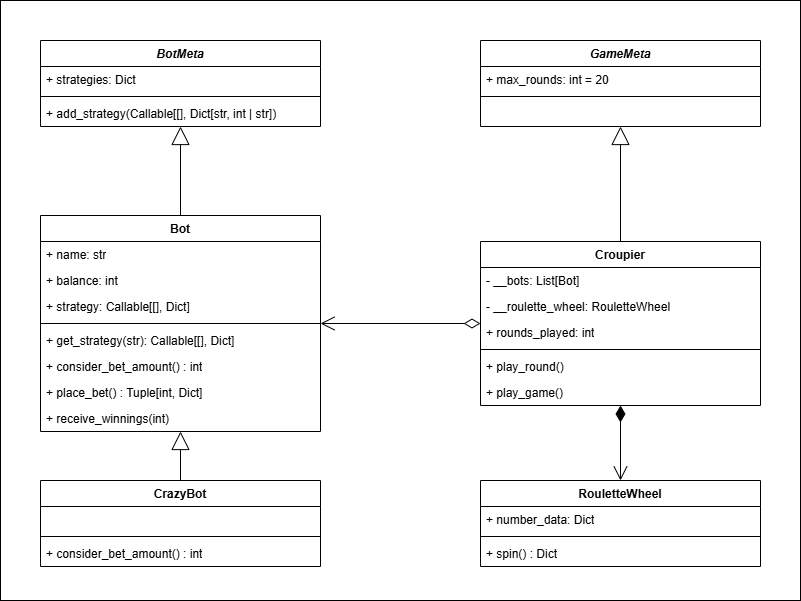
Above: project/game/docs/UML.drawio.png in GigaKekes/spbu-python-course (draw.io), before the change. Source tidied: cells renumbered, new cells last; positions are measured from the earlier drawing's top-left corner, leaving out a move shared by most shapes. Its diagram source:
```xml
<mxGraphModel>
  <root>
    <mxCell id="0" />
    <mxCell id="1" parent="0" />
    <mxCell id="2" style="rounded=0;whiteSpace=wrap;html=1;imageAspect=1;" parent="1" vertex="1">
      <mxGeometry width="800" height="600" as="geometry" />
    </mxCell>
    <mxCell id="3" value="Bot" style="swimlane;fontStyle=1;align=center;verticalAlign=top;horizontal=1;startSize=26;whiteSpace=wrap;html=1;" parent="1" vertex="1">
      <mxGeometry x="40" y="215" width="280" height="216" as="geometry" />
    </mxCell>
    <mxCell id="4" value="+ name: str" style="text;strokeColor=none;fillColor=none;align=left;verticalAlign=top;spacingLeft=4;spacingRight=4;overflow=hidden;whiteSpace=wrap;html=1;" parent="3" vertex="1">
      <mxGeometry y="26" width="280" height="26" as="geometry" />
    </mxCell>
    <mxCell id="5" value="+ balance: int" style="text;strokeColor=none;fillColor=none;align=left;verticalAlign=top;spacingLeft=4;spacingRight=4;overflow=hidden;whiteSpace=wrap;html=1;" parent="3" vertex="1">
      <mxGeometry y="52" width="280" height="26" as="geometry" />
    </mxCell>
    <mxCell id="6" value="+ strategy:&amp;nbsp;Callable[[], Dict]" style="text;strokeColor=none;fillColor=none;align=left;verticalAlign=top;spacingLeft=4;spacingRight=4;overflow=hidden;whiteSpace=wrap;html=1;" parent="3" vertex="1">
      <mxGeometry y="78" width="280" height="26" as="geometry" />
    </mxCell>
    <mxCell id="7" style="line;strokeWidth=1;fillColor=none;align=left;verticalAlign=middle;spacingTop=-1;spacingLeft=3;spacingRight=3;labelPosition=right;strokeColor=inherit;" parent="3" vertex="1">
      <mxGeometry y="104" width="280" height="8" as="geometry" />
    </mxCell>
    <mxCell id="8" value="+ get_strategy(str): Callable[[], Dict&lt;span style=&quot;background-color: initial;&quot;&gt;]&lt;/span&gt;" style="text;strokeColor=none;fillColor=none;align=left;verticalAlign=top;spacingLeft=4;spacingRight=4;overflow=hidden;whiteSpace=wrap;html=1;" parent="3" vertex="1">
      <mxGeometry y="112" width="280" height="26" as="geometry" />
    </mxCell>
    <mxCell id="9" value="+ consider_bet_amount() : int" style="text;strokeColor=none;fillColor=none;align=left;verticalAlign=top;spacingLeft=4;spacingRight=4;overflow=hidden;whiteSpace=wrap;html=1;" parent="3" vertex="1">
      <mxGeometry y="138" width="280" height="26" as="geometry" />
    </mxCell>
    <mxCell id="10" value="+ place_bet() : Tuple[int, Dict]" style="text;strokeColor=none;fillColor=none;align=left;verticalAlign=top;spacingLeft=4;spacingRight=4;overflow=hidden;whiteSpace=wrap;html=1;" parent="3" vertex="1">
      <mxGeometry y="164" width="280" height="26" as="geometry" />
    </mxCell>
    <mxCell id="11" value="+ receive_winnings(int)&amp;nbsp;" style="text;strokeColor=none;fillColor=none;align=left;verticalAlign=top;spacingLeft=4;spacingRight=4;overflow=hidden;whiteSpace=wrap;html=1;" parent="3" vertex="1">
      <mxGeometry y="190" width="280" height="26" as="geometry" />
    </mxCell>
    <mxCell id="12" value="&lt;i&gt;BotMeta&lt;/i&gt;" style="swimlane;fontStyle=1;align=center;verticalAlign=top;horizontal=1;startSize=26;whiteSpace=wrap;html=1;" parent="1" vertex="1">
      <mxGeometry x="40" y="40" width="280" height="86" as="geometry" />
    </mxCell>
    <mxCell id="13" value="+ strategies: Dict" style="text;strokeColor=none;fillColor=none;align=left;verticalAlign=top;spacingLeft=4;spacingRight=4;overflow=hidden;whiteSpace=wrap;html=1;" parent="12" vertex="1">
      <mxGeometry y="26" width="280" height="26" as="geometry" />
    </mxCell>
    <mxCell id="14" style="line;strokeWidth=1;fillColor=none;align=left;verticalAlign=middle;spacingTop=-1;spacingLeft=3;spacingRight=3;labelPosition=right;strokeColor=inherit;" parent="12" vertex="1">
      <mxGeometry y="52" width="280" height="8" as="geometry" />
    </mxCell>
    <mxCell id="15" value="+ add_strategy(Callable[[], Dict[str, int | str])" style="text;strokeColor=none;fillColor=none;align=left;verticalAlign=top;spacingLeft=4;spacingRight=4;overflow=hidden;whiteSpace=wrap;html=1;" parent="12" vertex="1">
      <mxGeometry y="60" width="280" height="26" as="geometry" />
    </mxCell>
    <mxCell id="16" style="endArrow=block;endSize=16;endFill=0;html=1;rounded=0;exitX=0.5;exitY=0;exitDx=0;exitDy=0;" parent="1" edge="1" source="3" target="12">
      <mxGeometry relative="1" as="geometry" />
    </mxCell>
    <mxCell id="17" value="CrazyBot" style="swimlane;fontStyle=1;align=center;verticalAlign=top;horizontal=1;startSize=26;whiteSpace=wrap;html=1;" parent="1" vertex="1">
      <mxGeometry x="40" y="480" width="280" height="86" as="geometry" />
    </mxCell>
    <mxCell id="18" value="&amp;nbsp;" style="text;strokeColor=none;fillColor=none;align=left;verticalAlign=top;spacingLeft=4;spacingRight=4;overflow=hidden;whiteSpace=wrap;html=1;" parent="17" vertex="1">
      <mxGeometry y="26" width="280" height="26" as="geometry" />
    </mxCell>
    <mxCell id="19" style="line;strokeWidth=1;fillColor=none;align=left;verticalAlign=middle;spacingTop=-1;spacingLeft=3;spacingRight=3;labelPosition=right;strokeColor=inherit;" parent="17" vertex="1">
      <mxGeometry y="52" width="280" height="8" as="geometry" />
    </mxCell>
    <mxCell id="20" value="+ consider_bet_amount() : int" style="text;strokeColor=none;fillColor=none;align=left;verticalAlign=top;spacingLeft=4;spacingRight=4;overflow=hidden;whiteSpace=wrap;html=1;" parent="17" vertex="1">
      <mxGeometry y="60" width="280" height="26" as="geometry" />
    </mxCell>
    <mxCell id="21" style="endArrow=block;endSize=16;endFill=0;html=1;rounded=0;" parent="1" edge="1" source="17" target="3">
      <mxGeometry relative="1" as="geometry" />
    </mxCell>
    <mxCell id="22" value="RouletteWheel" style="swimlane;fontStyle=1;align=center;verticalAlign=top;horizontal=1;startSize=26;whiteSpace=wrap;html=1;" parent="1" vertex="1">
      <mxGeometry x="480" y="480" width="280" height="86" as="geometry" />
    </mxCell>
    <mxCell id="23" value="+&amp;nbsp;number_data: Dict" style="text;strokeColor=none;fillColor=none;align=left;verticalAlign=top;spacingLeft=4;spacingRight=4;overflow=hidden;whiteSpace=wrap;html=1;" parent="22" vertex="1">
      <mxGeometry y="26" width="280" height="26" as="geometry" />
    </mxCell>
    <mxCell id="24" style="line;strokeWidth=1;fillColor=none;align=left;verticalAlign=middle;spacingTop=-1;spacingLeft=3;spacingRight=3;labelPosition=right;strokeColor=inherit;" parent="22" vertex="1">
      <mxGeometry y="52" width="280" height="8" as="geometry" />
    </mxCell>
    <mxCell id="25" value="+ spin() : Dict" style="text;strokeColor=none;fillColor=none;align=left;verticalAlign=top;spacingLeft=4;spacingRight=4;overflow=hidden;whiteSpace=wrap;html=1;" parent="22" vertex="1">
      <mxGeometry y="60" width="280" height="26" as="geometry" />
    </mxCell>
    <mxCell id="26" value="Croupier" style="swimlane;fontStyle=1;align=center;verticalAlign=top;horizontal=1;startSize=26;whiteSpace=wrap;html=1;" parent="1" vertex="1">
      <mxGeometry x="480" y="241" width="280" height="164" as="geometry" />
    </mxCell>
    <mxCell id="27" value="- __bots: List[Bot]" style="text;strokeColor=none;fillColor=none;align=left;verticalAlign=top;spacingLeft=4;spacingRight=4;overflow=hidden;whiteSpace=wrap;html=1;" parent="26" vertex="1">
      <mxGeometry y="26" width="280" height="26" as="geometry" />
    </mxCell>
    <mxCell id="28" value="- __roulette_wheel: RouletteWheel" style="text;strokeColor=none;fillColor=none;align=left;verticalAlign=top;spacingLeft=4;spacingRight=4;overflow=hidden;whiteSpace=wrap;html=1;" parent="26" vertex="1">
      <mxGeometry y="52" width="280" height="26" as="geometry" />
    </mxCell>
    <mxCell id="29" value="+ rounds_played: int" style="text;strokeColor=none;fillColor=none;align=left;verticalAlign=top;spacingLeft=4;spacingRight=4;overflow=hidden;whiteSpace=wrap;html=1;" parent="26" vertex="1">
      <mxGeometry y="78" width="280" height="26" as="geometry" />
    </mxCell>
    <mxCell id="30" style="line;strokeWidth=1;fillColor=none;align=left;verticalAlign=middle;spacingTop=-1;spacingLeft=3;spacingRight=3;labelPosition=right;strokeColor=inherit;" parent="26" vertex="1">
      <mxGeometry y="104" width="280" height="8" as="geometry" />
    </mxCell>
    <mxCell id="31" value="+ play_round()" style="text;strokeColor=none;fillColor=none;align=left;verticalAlign=top;spacingLeft=4;spacingRight=4;overflow=hidden;whiteSpace=wrap;html=1;" parent="26" vertex="1">
      <mxGeometry y="112" width="280" height="26" as="geometry" />
    </mxCell>
    <mxCell id="32" value="+ play_game()" style="text;strokeColor=none;fillColor=none;align=left;verticalAlign=top;spacingLeft=4;spacingRight=4;overflow=hidden;whiteSpace=wrap;html=1;" parent="26" vertex="1">
      <mxGeometry y="138" width="280" height="26" as="geometry" />
    </mxCell>
    <mxCell id="33" style="endArrow=open;html=1;endSize=12;startArrow=diamondThin;startSize=14;startFill=1;edgeStyle=orthogonalEdgeStyle;align=left;verticalAlign=bottom;rounded=0;entryX=0.5;entryY=0;entryDx=0;entryDy=0;" parent="1" edge="1" source="26" target="22">
      <mxGeometry x="-1" y="3" relative="1" as="geometry" />
    </mxCell>
    <mxCell id="34" style="endArrow=open;html=1;endSize=12;startArrow=diamondThin;startSize=14;startFill=0;edgeStyle=orthogonalEdgeStyle;align=left;verticalAlign=bottom;rounded=0;" parent="1" edge="1" source="26" target="3">
      <mxGeometry x="-1" y="3" relative="1" as="geometry" />
    </mxCell>
    <mxCell id="35" value="&lt;i&gt;GameMeta&lt;/i&gt;" style="swimlane;fontStyle=1;align=center;verticalAlign=top;horizontal=1;startSize=26;whiteSpace=wrap;html=1;" parent="1" vertex="1">
      <mxGeometry x="480" y="40" width="280" height="86" as="geometry" />
    </mxCell>
    <mxCell id="36" value="+ max_rounds: int = 20" style="text;strokeColor=none;fillColor=none;align=left;verticalAlign=top;spacingLeft=4;spacingRight=4;overflow=hidden;whiteSpace=wrap;html=1;" parent="35" vertex="1">
      <mxGeometry y="26" width="280" height="26" as="geometry" />
    </mxCell>
    <mxCell id="37" style="line;strokeWidth=1;fillColor=none;align=left;verticalAlign=middle;spacingTop=-1;spacingLeft=3;spacingRight=3;labelPosition=right;strokeColor=inherit;" parent="35" vertex="1">
      <mxGeometry y="52" width="280" height="8" as="geometry" />
    </mxCell>
    <mxCell id="38" value="&amp;nbsp;" style="text;strokeColor=none;fillColor=none;align=left;verticalAlign=top;spacingLeft=4;spacingRight=4;overflow=hidden;whiteSpace=wrap;html=1;" parent="35" vertex="1">
      <mxGeometry y="60" width="280" height="26" as="geometry" />
    </mxCell>
    <mxCell id="39" style="endArrow=block;endSize=16;endFill=0;html=1;rounded=0;" parent="1" edge="1" source="26" target="35">
      <mxGeometry relative="1" as="geometry" />
    </mxCell>
  </root>
</mxGraphModel>
```
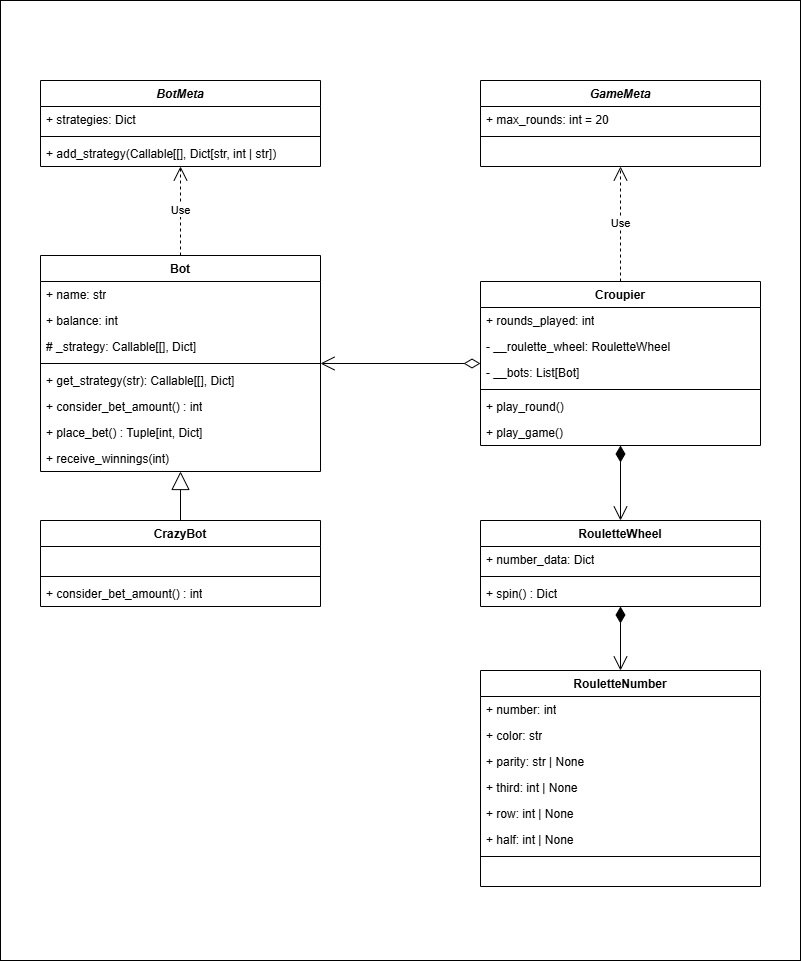
The same file after the commit.

Diff of the diagram source:
```diff
@@ -3,7 +3,7 @@
     <mxCell id="0" />
     <mxCell id="1" parent="0" />
     <mxCell id="2" style="rounded=0;whiteSpace=wrap;html=1;imageAspect=1;" parent="1" vertex="1">
-      <mxGeometry width="800" height="600" as="geometry" />
+      <mxGeometry y="-40" width="800" height="960" as="geometry" />
     </mxCell>
     <mxCell id="3" value="Bot" style="swimlane;fontStyle=1;align=center;verticalAlign=top;horizontal=1;startSize=26;whiteSpace=wrap;html=1;" parent="1" vertex="1">
       <mxGeometry x="40" y="215" width="280" height="216" as="geometry" />
@@ -14,7 +14,7 @@
     <mxCell id="5" value="+ balance: int" style="text;strokeColor=none;fillColor=none;align=left;verticalAlign=top;spacingLeft=4;spacingRight=4;overflow=hidden;whiteSpace=wrap;html=1;" parent="3" vertex="1">
       <mxGeometry y="52" width="280" height="26" as="geometry" />
     </mxCell>
-    <mxCell id="6" value="+ strategy:&amp;nbsp;Callable[[], Dict]" style="text;strokeColor=none;fillColor=none;align=left;verticalAlign=top;spacingLeft=4;spacingRight=4;overflow=hidden;whiteSpace=wrap;html=1;" parent="3" vertex="1">
+    <mxCell id="6" value="# _strategy:&amp;nbsp;Callable[[], Dict]" style="text;strokeColor=none;fillColor=none;align=left;verticalAlign=top;spacingLeft=4;spacingRight=4;overflow=hidden;whiteSpace=wrap;html=1;" parent="3" vertex="1">
       <mxGeometry y="78" width="280" height="26" as="geometry" />
     </mxCell>
     <mxCell id="7" style="line;strokeWidth=1;fillColor=none;align=left;verticalAlign=middle;spacingTop=-1;spacingLeft=3;spacingRight=3;labelPosition=right;strokeColor=inherit;" parent="3" vertex="1">
@@ -44,9 +44,6 @@
     <mxCell id="15" value="+ add_strategy(Callable[[], Dict[str, int | str])" style="text;strokeColor=none;fillColor=none;align=left;verticalAlign=top;spacingLeft=4;spacingRight=4;overflow=hidden;whiteSpace=wrap;html=1;" parent="12" vertex="1">
       <mxGeometry y="60" width="280" height="26" as="geometry" />
     </mxCell>
-    <mxCell id="16" style="endArrow=block;endSize=16;endFill=0;html=1;rounded=0;exitX=0.5;exitY=0;exitDx=0;exitDy=0;" parent="1" edge="1" source="3" target="12">
-      <mxGeometry relative="1" as="geometry" />
-    </mxCell>
     <mxCell id="17" value="CrazyBot" style="swimlane;fontStyle=1;align=center;verticalAlign=top;horizontal=1;startSize=26;whiteSpace=wrap;html=1;" parent="1" vertex="1">
       <mxGeometry x="40" y="480" width="280" height="86" as="geometry" />
     </mxCell>
@@ -77,15 +74,15 @@
     <mxCell id="26" value="Croupier" style="swimlane;fontStyle=1;align=center;verticalAlign=top;horizontal=1;startSize=26;whiteSpace=wrap;html=1;" parent="1" vertex="1">
       <mxGeometry x="480" y="241" width="280" height="164" as="geometry" />
     </mxCell>
+    <mxCell id="29" value="+ rounds_played: int" style="text;strokeColor=none;fillColor=none;align=left;verticalAlign=top;spacingLeft=4;spacingRight=4;overflow=hidden;whiteSpace=wrap;html=1;" parent="26" vertex="1">
+      <mxGeometry y="26" width="280" height="26" as="geometry" />
+    </mxCell>
+    <mxCell id="28" value="- __roulette_wheel: RouletteWheel" style="text;strokeColor=none;fillColor=none;align=left;verticalAlign=top;spacingLeft=4;spacingRight=4;overflow=hidden;whiteSpace=wrap;html=1;" parent="26" vertex="1">
+      <mxGeometry y="52" width="280" height="26" as="geometry" />
+    </mxCell>
     <mxCell id="27" value="- __bots: List[Bot]" style="text;strokeColor=none;fillColor=none;align=left;verticalAlign=top;spacingLeft=4;spacingRight=4;overflow=hidden;whiteSpace=wrap;html=1;" parent="26" vertex="1">
-      <mxGeometry y="26" width="280" height="26" as="geometry" />
+      <mxGeometry y="78" width="280" height="26" as="geometry" />
     </mxCell>
-    <mxCell id="28" value="- __roulette_wheel: RouletteWheel" style="text;strokeColor=none;fillColor=none;align=left;verticalAlign=top;spacingLeft=4;spacingRight=4;overflow=hidden;whiteSpace=wrap;html=1;" parent="26" vertex="1">
-      <mxGeometry y="52" width="280" height="26" as="geometry" />
-    </mxCell>
-    <mxCell id="29" value="+ rounds_played: int" style="text;strokeColor=none;fillColor=none;align=left;verticalAlign=top;spacingLeft=4;spacingRight=4;overflow=hidden;whiteSpace=wrap;html=1;" parent="26" vertex="1">
-      <mxGeometry y="78" width="280" height="26" as="geometry" />
-    </mxCell>
     <mxCell id="30" style="line;strokeWidth=1;fillColor=none;align=left;verticalAlign=middle;spacingTop=-1;spacingLeft=3;spacingRight=3;labelPosition=right;strokeColor=inherit;" parent="26" vertex="1">
       <mxGeometry y="104" width="280" height="8" as="geometry" />
     </mxCell>
@@ -113,8 +110,41 @@
     <mxCell id="38" value="&amp;nbsp;" style="text;strokeColor=none;fillColor=none;align=left;verticalAlign=top;spacingLeft=4;spacingRight=4;overflow=hidden;whiteSpace=wrap;html=1;" parent="35" vertex="1">
       <mxGeometry y="60" width="280" height="26" as="geometry" />
     </mxCell>
+    <mxCell id="16" value="Use" style="endArrow=open;endSize=12;dashed=1;html=1;rounded=0;" parent="1" edge="1" source="3" target="12">
+      <mxGeometry relative="1" as="geometry" />
+    </mxCell>
-    <mxCell id="39" style="endArrow=block;endSize=16;endFill=0;html=1;rounded=0;" parent="1" edge="1" source="26" target="35">
+    <mxCell id="39" value="Use" style="endArrow=open;endSize=12;dashed=1;html=1;rounded=0;" parent="1" edge="1" source="26" target="35">
       <mxGeometry relative="1" as="geometry" />
     </mxCell>
+    <mxCell id="40" value="RouletteNumber       " style="swimlane;fontStyle=1;align=center;verticalAlign=top;horizontal=1;startSize=26;whiteSpace=wrap;html=1;" parent="1" vertex="1">
+      <mxGeometry x="480" y="630" width="280" height="216" as="geometry" />
+    </mxCell>
+    <mxCell id="41" value="+&amp;nbsp;number: int" style="text;strokeColor=none;fillColor=none;align=left;verticalAlign=top;spacingLeft=4;spacingRight=4;overflow=hidden;whiteSpace=wrap;html=1;" parent="40" vertex="1">
+      <mxGeometry y="26" width="280" height="26" as="geometry" />
+    </mxCell>
+    <mxCell id="42" value="+ color: &lt;span class=&quot;hljs-built_in&quot;&gt;str&lt;/span&gt;" style="text;strokeColor=none;fillColor=none;align=left;verticalAlign=top;spacingLeft=4;spacingRight=4;overflow=hidden;whiteSpace=wrap;html=1;" parent="40" vertex="1">
+      <mxGeometry y="52" width="280" height="26" as="geometry" />
+    </mxCell>
+    <mxCell id="43" value="+ parity: str | None" style="text;strokeColor=none;fillColor=none;align=left;verticalAlign=top;spacingLeft=4;spacingRight=4;overflow=hidden;whiteSpace=wrap;html=1;" parent="40" vertex="1">
+      <mxGeometry y="78" width="280" height="26" as="geometry" />
+    </mxCell>
+    <mxCell id="44" value="+ third: int | None" style="text;strokeColor=none;fillColor=none;align=left;verticalAlign=top;spacingLeft=4;spacingRight=4;overflow=hidden;whiteSpace=wrap;html=1;" parent="40" vertex="1">
+      <mxGeometry y="104" width="280" height="26" as="geometry" />
+    </mxCell>
+    <mxCell id="45" value="+ row: int | None" style="text;strokeColor=none;fillColor=none;align=left;verticalAlign=top;spacingLeft=4;spacingRight=4;overflow=hidden;whiteSpace=wrap;html=1;" parent="40" vertex="1">
+      <mxGeometry y="130" width="280" height="26" as="geometry" />
+    </mxCell>
+    <mxCell id="46" value="+ half:&amp;nbsp;&lt;span class=&quot;hljs-built_in&quot;&gt;int | None&lt;/span&gt;" style="text;strokeColor=none;fillColor=none;align=left;verticalAlign=top;spacingLeft=4;spacingRight=4;overflow=hidden;whiteSpace=wrap;html=1;" parent="40" vertex="1">
+      <mxGeometry y="156" width="280" height="26" as="geometry" />
+    </mxCell>
+    <mxCell id="47" style="line;strokeWidth=1;fillColor=none;align=left;verticalAlign=middle;spacingTop=-1;spacingLeft=3;spacingRight=3;labelPosition=right;strokeColor=inherit;" parent="40" vertex="1">
+      <mxGeometry y="182" width="280" height="8" as="geometry" />
+    </mxCell>
+    <mxCell id="48" value="&amp;nbsp;" style="text;strokeColor=none;fillColor=none;align=left;verticalAlign=top;spacingLeft=4;spacingRight=4;overflow=hidden;whiteSpace=wrap;html=1;" parent="40" vertex="1">
+      <mxGeometry y="190" width="280" height="26" as="geometry" />
+    </mxCell>
+    <mxCell id="49" style="endArrow=open;html=1;endSize=12;startArrow=diamondThin;startSize=14;startFill=1;edgeStyle=orthogonalEdgeStyle;align=left;verticalAlign=bottom;rounded=0;" parent="1" edge="1" source="22" target="40">
+      <mxGeometry x="-1" y="3" relative="1" as="geometry" />
+    </mxCell>
   </root>
 </mxGraphModel>
```
